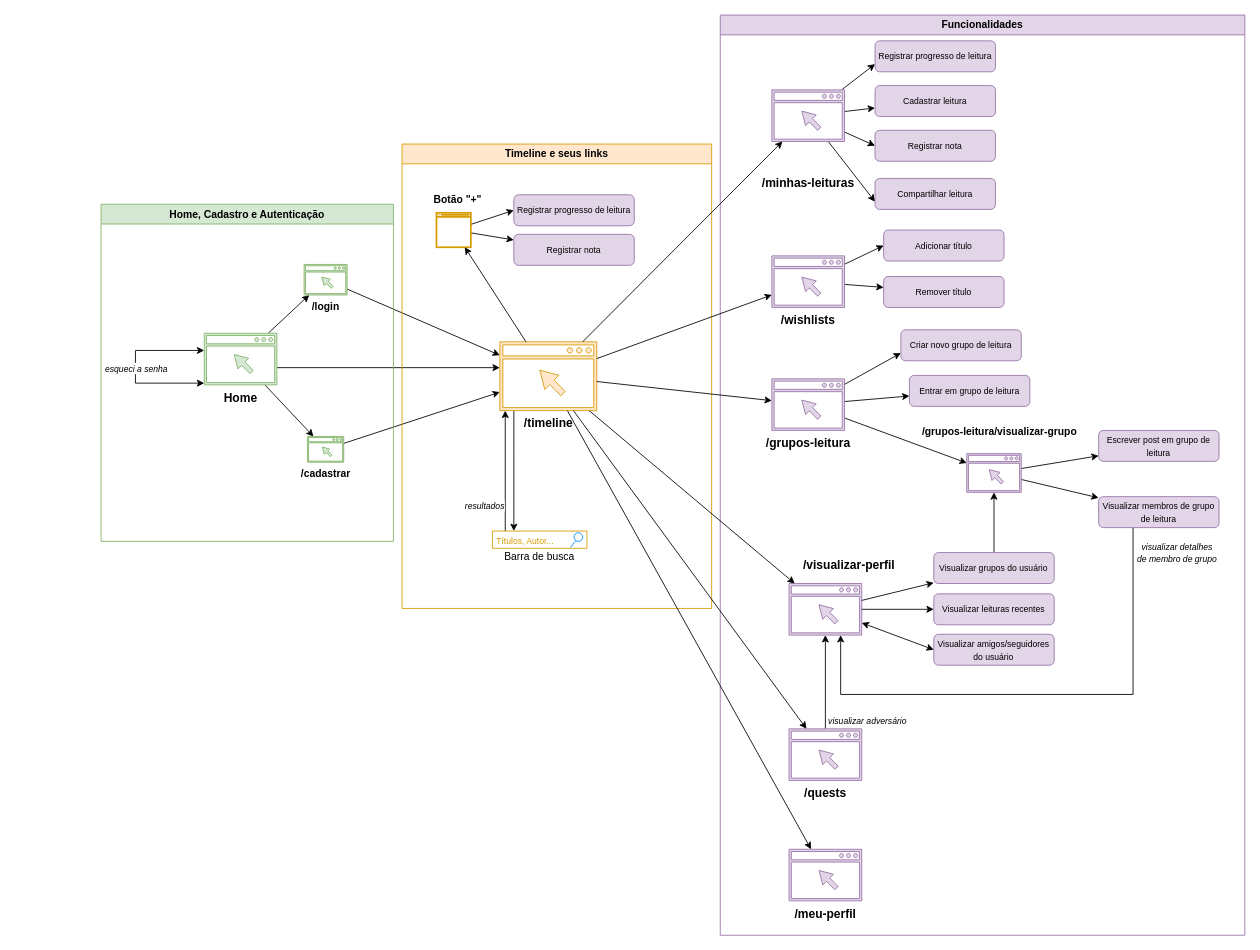
Earlier version of the draw.io diagram docs/diagramas/fluxo_usuario.drawio.xml (ICEI-PUC-Minas-PMV-ADS/pmv-ads-2023-1-e1-proj-web-t15-e1-proj-web-t15-time4-projlivroapp). Source tidied: cells renumbered, new cells numbered last; positions are measured from the earlier drawing's top-left corner, leaving out a move shared by most shapes. Both pictures are drawn from the tidied source at 86%, with x=0, y=0 at pixel (101, 15).
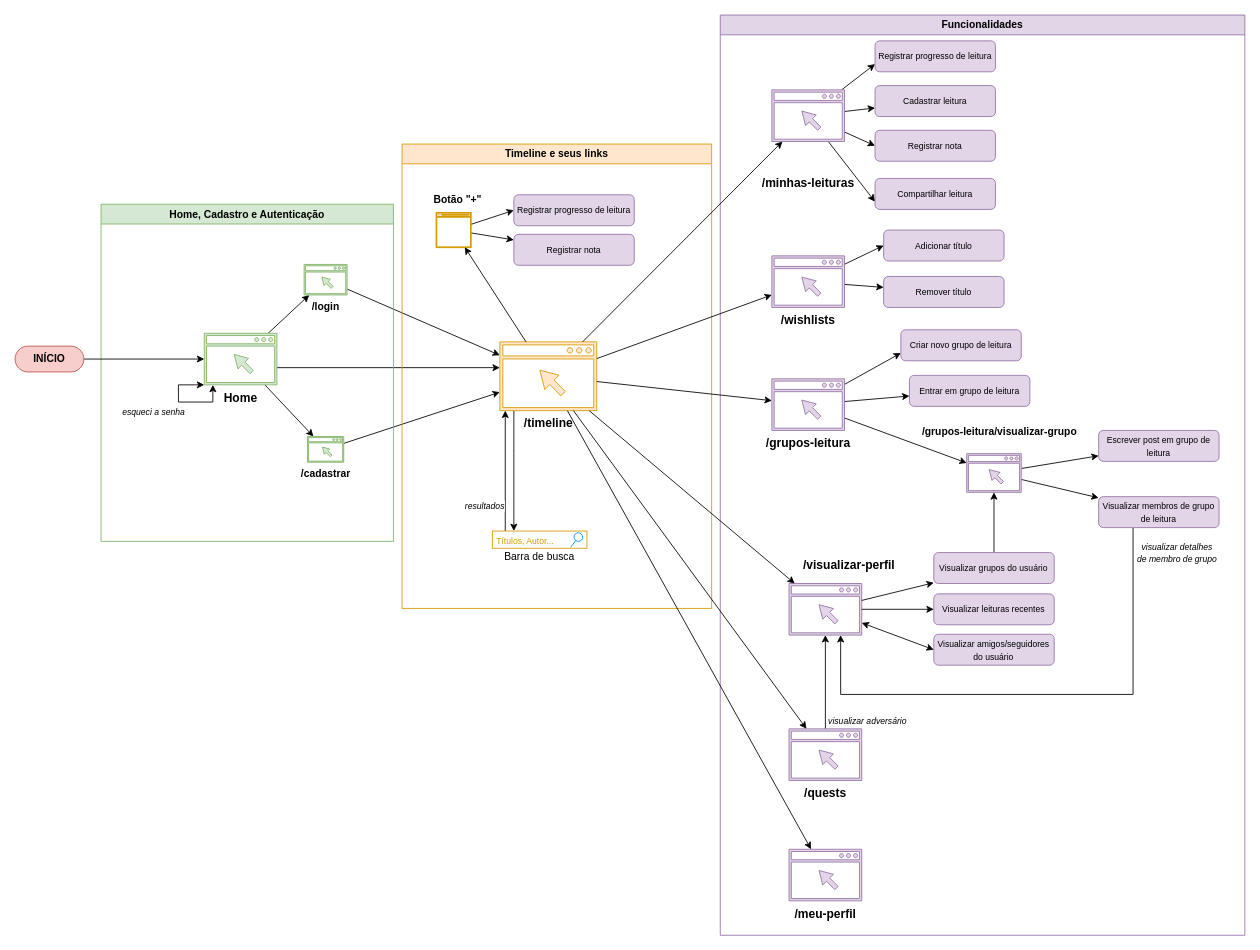
The same page after the edit.

Commit message (it also covers changes not shown here):
Atualizando fluxo de usuario para denotar inicio

Unchanged cells that the change refers to:
```xml
<mxCell id="7" value="&lt;font style=&quot;font-size: 14px;&quot;&gt;&lt;b&gt;Home&lt;/b&gt;&lt;/font&gt;" style="sketch=0;shadow=0;dashed=0;html=1;strokeColor=#82b366;fillColor=#d5e8d4;labelPosition=center;verticalLabelPosition=bottom;verticalAlign=top;align=center;outlineConnect=0;shape=mxgraph.vvd.web_browser;" parent="1" vertex="1">
  <mxGeometry x="120" y="370" width="84.5" height="60" as="geometry" />
</mxCell>
```

Diff of the diagram source:
```diff
@@
     <mxCell id="4" style="edgeStyle=orthogonalEdgeStyle;rounded=0;orthogonalLoop=1;jettySize=auto;html=1;startArrow=classic;startFill=1;" parent="1" edge="1" source="7" target="7">
       <mxGeometry relative="1" as="geometry">
         <Array as="points">
-          <mxPoint x="40" y="390" />
-          <mxPoint x="40" y="428" />
+          <mxPoint x="90" y="430" />
+          <mxPoint x="90" y="450" />
+          <mxPoint x="130" y="450" />
         </Array>
       </mxGeometry>
     </mxCell>
     <mxCell id="5" value="&lt;i&gt;&lt;font style=&quot;font-size: 10px;&quot;&gt;esqueci a senha&lt;/font&gt;&lt;/i&gt;" style="edgeLabel;html=1;align=center;verticalAlign=middle;" parent="4" vertex="1">
       <mxGeometry x="-0.43" y="-4" relative="1" as="geometry">
-        <mxPoint x="-24" y="24" as="offset" />
+        <mxPoint x="-26" y="29" as="offset" />
       </mxGeometry>
     </mxCell>
@@
+    <mxCell id="77" style="edgeStyle=orthogonalEdgeStyle;rounded=0;jettySize=auto;html=1;" parent="1" edge="1" source="78" target="7">
+      <mxGeometry relative="1" as="geometry" />
+    </mxCell>
+    <mxCell id="78" value="INÍCIO" style="html=1;dashed=0;whiteSpace=wrap;shape=mxgraph.dfd.start;fillColor=#f8cecc;strokeColor=#b85450;fontStyle=1;" parent="1" vertex="1">
+      <mxGeometry x="-100" y="385" width="80" height="30" as="geometry" />
+    </mxCell>
```
